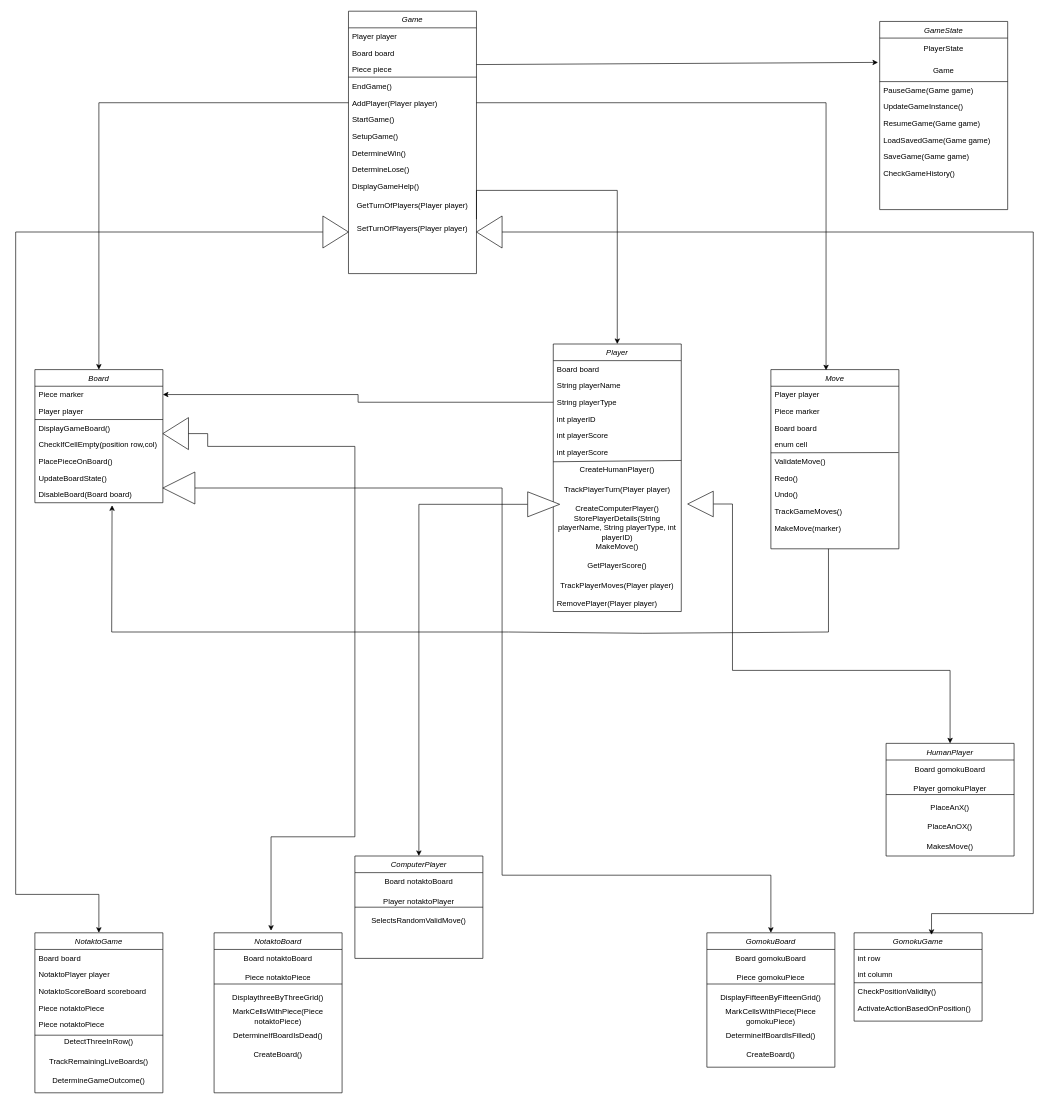
Scott2020747/IFN563_Project keeps this draw.io diagram as Class Diagram.drawio. Above is the earlier version. Source tidied: cells renumbered, new cells numbered last; positions are measured from the earlier drawing's top-left corner, leaving out a move shared by most shapes. Both pictures are drawn from the tidied source at 64%, with x=0, y=0 at pixel (15, 11).
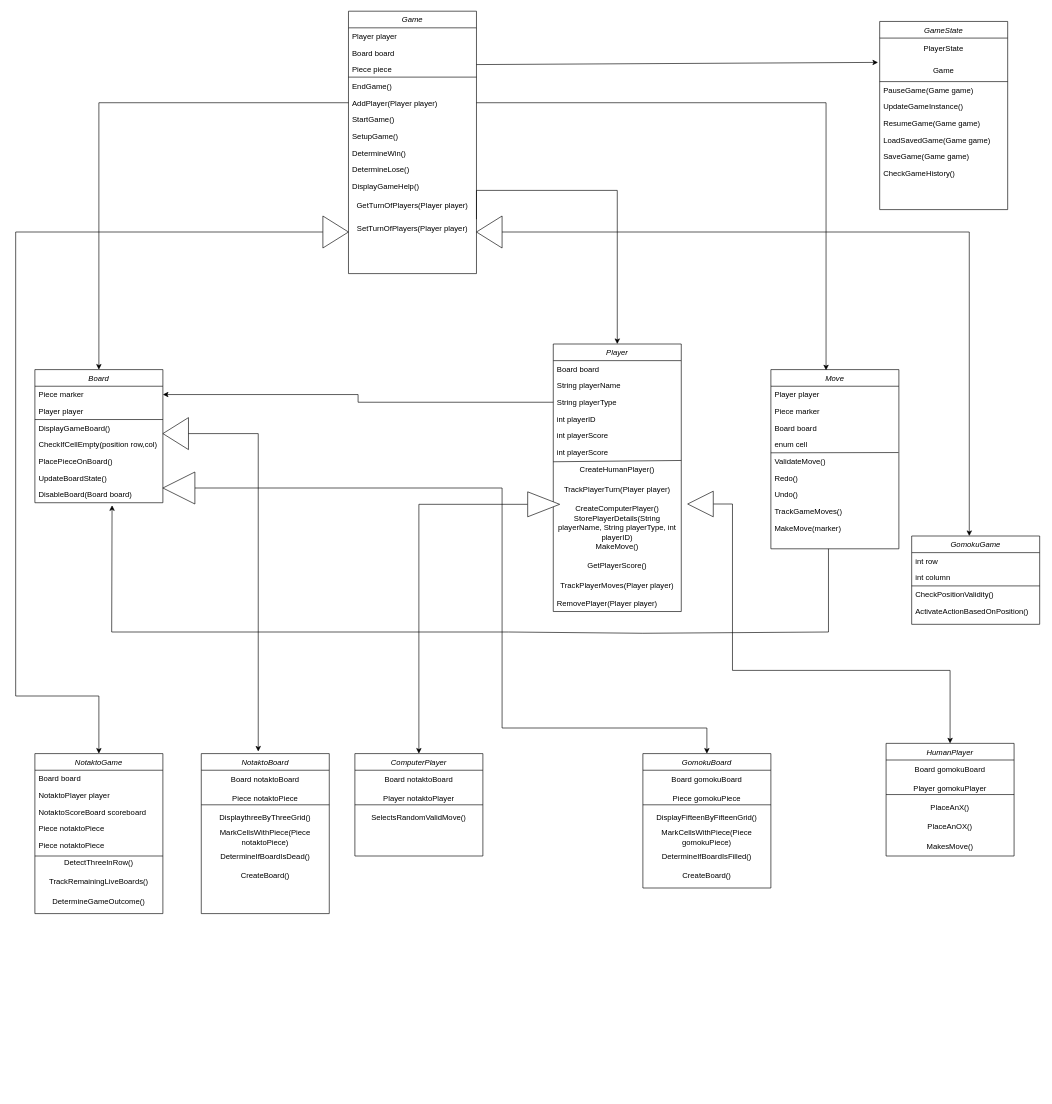
The same diagram, later.

The change refers to these unchanged cells:
```xml
<mxCell id="97" style="triangle;whiteSpace=wrap;html=1;" parent="1" vertex="1">
  <mxGeometry x="480" y="320" width="40" height="50" as="geometry" />
</mxCell>
<mxCell id="98" style="triangle;whiteSpace=wrap;html=1;rotation=-180;" parent="1" vertex="1">
  <mxGeometry x="720" y="320" width="40" height="50" as="geometry" />
</mxCell>
<mxCell id="99" style="triangle;whiteSpace=wrap;html=1;rotation=-180;" parent="1" vertex="1">
  <mxGeometry x="230" y="635" width="40" height="50" as="geometry" />
</mxCell>
<mxCell id="101" style="triangle;whiteSpace=wrap;html=1;rotation=-180;" parent="1" vertex="1">
  <mxGeometry x="230" y="720" width="50" height="50" as="geometry" />
</mxCell>
```

The edit, as a diff of the source:
```diff
@@
     <mxCell id="52" value="NotaktoGame" style="swimlane;fontStyle=2;align=center;verticalAlign=top;horizontal=1;startSize=26;rounded=0;shadow=0;strokeWidth=1;" parent="1" vertex="1">
-      <mxGeometry x="30" y="1440" width="200" height="250" as="geometry" />
+      <mxGeometry x="30" y="1160" width="200" height="250" as="geometry" />
     </mxCell>
@@
     <mxCell id="62" value="GomokuGame" style="swimlane;fontStyle=2;align=center;verticalAlign=top;horizontal=1;startSize=26;rounded=0;shadow=0;strokeWidth=1;" parent="1" vertex="1">
-      <mxGeometry x="1310" y="1440" width="200" height="138" as="geometry" />
+      <mxGeometry x="1400" y="820" width="200" height="138" as="geometry" />
     </mxCell>
@@
     <mxCell id="68" value="NotaktoBoard" style="swimlane;fontStyle=2;align=center;verticalAlign=top;horizontal=1;startSize=26;rounded=0;shadow=0;strokeWidth=1;" parent="1" vertex="1">
-      <mxGeometry x="310" y="1440" width="200" height="250" as="geometry" />
+      <mxGeometry x="290" y="1160" width="200" height="250" as="geometry" />
     </mxCell>
@@
     <mxCell id="76" value="ComputerPlayer" style="swimlane;fontStyle=2;align=center;verticalAlign=top;horizontal=1;startSize=26;rounded=0;shadow=0;strokeWidth=1;" parent="1" vertex="1">
-      <mxGeometry x="530" y="1320" width="200" height="160" as="geometry" />
+      <mxGeometry x="530" y="1160" width="200" height="160" as="geometry" />
     </mxCell>
@@
     <mxCell id="81" value="GomokuBoard" style="swimlane;fontStyle=2;align=center;verticalAlign=top;horizontal=1;startSize=26;rounded=0;shadow=0;strokeWidth=1;" parent="1" vertex="1">
-      <mxGeometry x="1080" y="1440" width="200" height="210" as="geometry" />
+      <mxGeometry x="980" y="1160" width="200" height="210" as="geometry" />
     </mxCell>
@@
     <mxCell id="96" style="edgeStyle=orthogonalEdgeStyle;rounded=0;jettySize=auto;html=1;exitX=0;exitY=0.5;exitDx=0;exitDy=0;entryX=0.5;entryY=0;entryDx=0;entryDy=0;" parent="1" edge="1" source="97" target="52">
       <mxGeometry relative="1" as="geometry">
         <Array as="points">
           <mxPoint y="345" />
-          <mxPoint y="1380" />
-          <mxPoint x="130" y="1380" />
+          <mxPoint y="1070" />
+          <mxPoint x="130" y="1070" />
         </Array>
       </mxGeometry>
     </mxCell>
@@
     <mxCell id="100" style="edgeStyle=orthogonalEdgeStyle;rounded=0;jettySize=auto;html=1;exitX=0;exitY=0.5;exitDx=0;exitDy=0;entryX=0.5;entryY=0;entryDx=0;entryDy=0;" parent="1" edge="1" source="101" target="81">
       <mxGeometry relative="1" as="geometry">
         <Array as="points">
           <mxPoint x="760" y="745" />
-          <mxPoint x="760" y="1350" />
-          <mxPoint x="1180" y="1350" />
+          <mxPoint x="760" y="1120" />
+          <mxPoint x="1080" y="1120" />
         </Array>
       </mxGeometry>
     </mxCell>
@@
     <mxCell id="111" style="edgeStyle=orthogonalEdgeStyle;rounded=0;jettySize=auto;html=1;exitX=0;exitY=0.5;exitDx=0;exitDy=0;entryX=0.445;entryY=-0.013;entryDx=0;entryDy=0;entryPerimeter=0;" parent="1" edge="1" source="99" target="68">
       <mxGeometry relative="1" as="geometry">
         <Array as="points">
-          <mxPoint x="300" y="660" />
-          <mxPoint x="300" y="680" />
-          <mxPoint x="530" y="680" />
-          <mxPoint x="530" y="1290" />
-          <mxPoint x="399" y="1290" />
+          <mxPoint x="379" y="660" />
         </Array>
       </mxGeometry>
     </mxCell>
-    <mxCell id="112" style="edgeStyle=orthogonalEdgeStyle;rounded=0;jettySize=auto;html=1;exitX=0;exitY=0.5;exitDx=0;exitDy=0;entryX=0.605;entryY=0.023;entryDx=0;entryDy=0;entryPerimeter=0;" parent="1" edge="1" source="98" target="62">
+    <mxCell id="112" style="edgeStyle=orthogonalEdgeStyle;rounded=0;jettySize=auto;html=1;exitX=0;exitY=0.5;exitDx=0;exitDy=0;" parent="1" edge="1" source="98">
       <mxGeometry relative="1" as="geometry">
+        <mxPoint x="1490" y="820" as="targetPoint" />
         <Array as="points">
-          <mxPoint x="1590" y="345" />
-          <mxPoint x="1590" y="1410" />
-          <mxPoint x="1431" y="1410" />
+          <mxPoint x="1490" y="345" />
         </Array>
       </mxGeometry>
     </mxCell>
```
